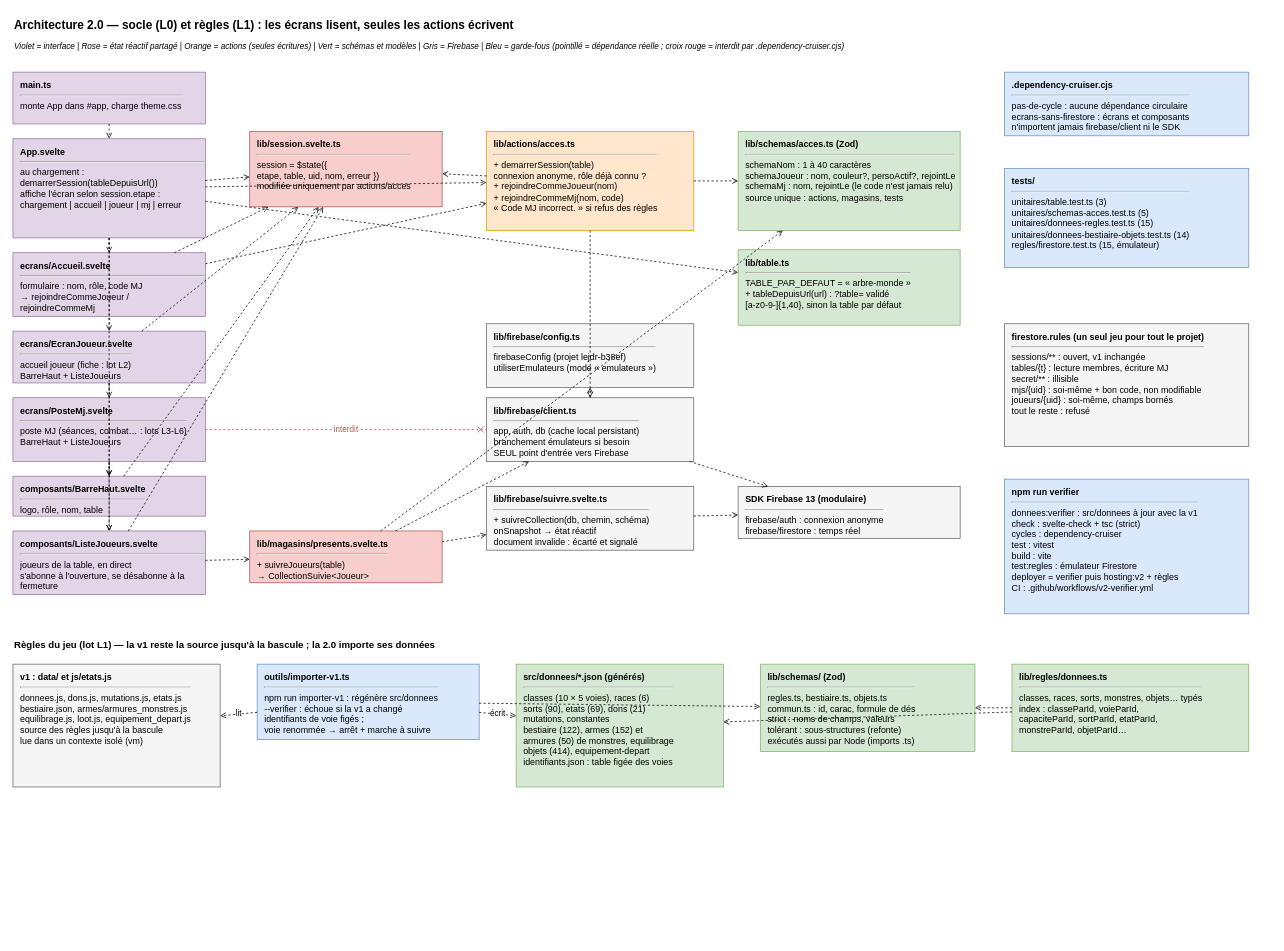
The draw.io diagram page "Architecture 2.0 - modules du socle" (1 of 2) of docs/architecture-v2.drawio in bazfar/cof-compagno, before the edit. Source tidied: cells renumbered, new cells numbered last; positions are measured from the earlier drawing's top-left corner, leaving out a move shared by most shapes. Both pictures are drawn from the tidied source at 74%, with x=0, y=0 at pixel (13, 13).
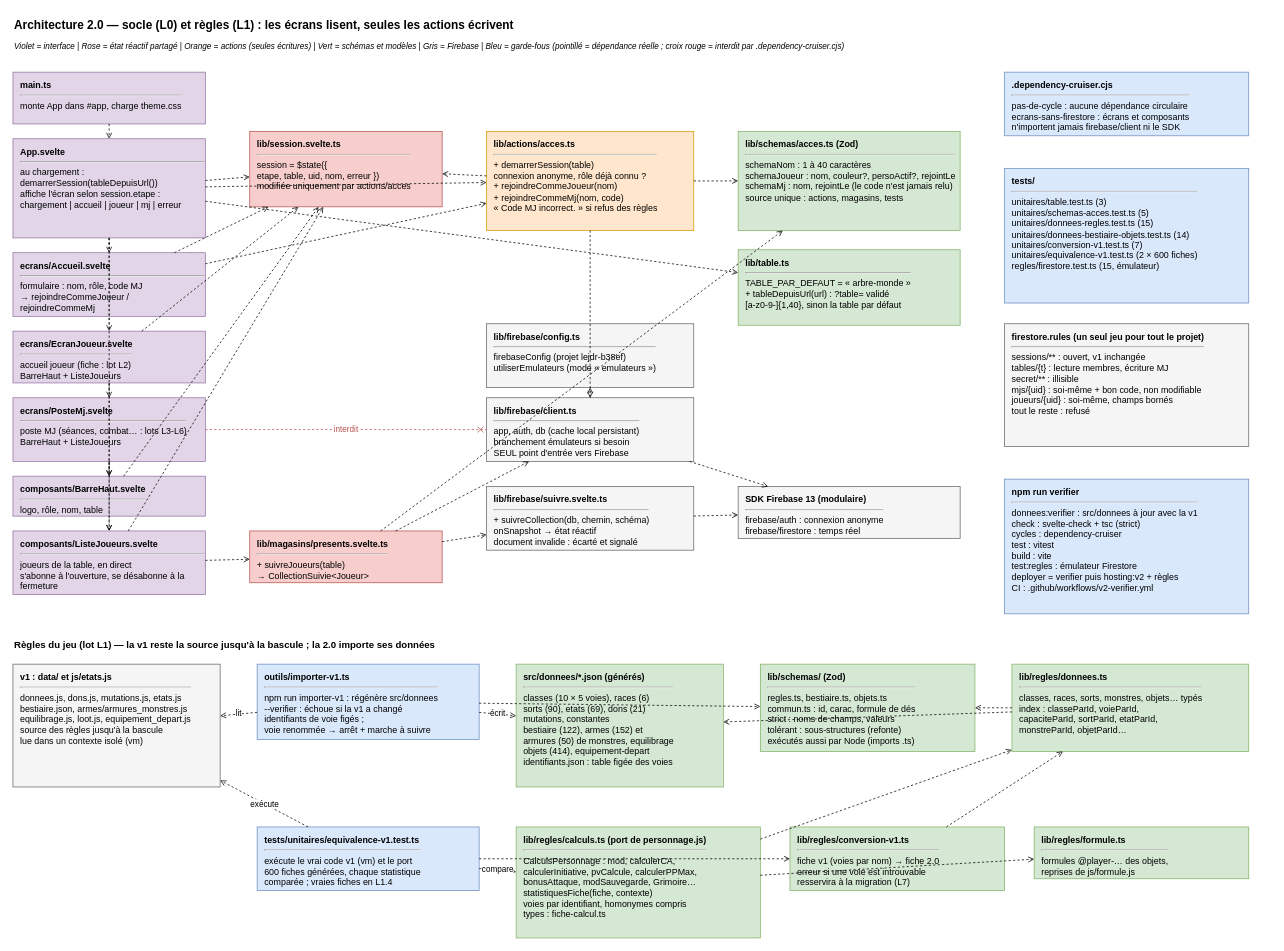
Above is the later version.

Commit message (it also covers changes not shown here):
v2(regles): les calculs d'un personnage, port fidele de js/personnage.js

The change refers to these unchanged cells:
```xml
<mxCell id="25" value="&lt;b&gt;v1 : data/ et js/etats.js&lt;/b&gt;&lt;hr&gt;donnees.js, dons.js, mutations.js, etats.js&lt;br&gt;bestiaire.json, armes/armures_monstres.js&lt;br&gt;equilibrage.js, loot.js, equipement_depart.js&lt;br&gt;source des règles jusqu'à la bascule&lt;br&gt;lue dans un contexte isolé (vm)" style="rounded=0;whiteSpace=wrap;html=1;align=left;verticalAlign=top;spacingLeft=8;spacingTop=4;fillColor=#f5f5f5;strokeColor=#666666;" parent="1" vertex="1">
  <mxGeometry y="880" width="280" height="166" as="geometry" />
</mxCell>
<mxCell id="29" value="&lt;b&gt;lib/regles/donnees.ts&lt;/b&gt;&lt;hr&gt;classes, races, sorts, monstres, objets… typés&lt;br&gt;index : classeParId, voieParId,&lt;br&gt;capaciteParId, sortParId, etatParId,&lt;br&gt;monstreParId, objetParId…" style="rounded=0;whiteSpace=wrap;html=1;align=left;verticalAlign=top;spacingLeft=8;spacingTop=4;fillColor=#d5e8d4;strokeColor=#82b366;" parent="1" vertex="1">
  <mxGeometry x="1350" y="880" width="320" height="118" as="geometry" />
</mxCell>
```

What changed in the source:
```diff
@@
-    <mxCell id="22" value="&lt;b&gt;tests/&lt;/b&gt;&lt;hr&gt;unitaires/table.test.ts (3)&lt;br&gt;unitaires/schemas-acces.test.ts (5)&lt;br&gt;unitaires/donnees-regles.test.ts (15)&lt;br&gt;unitaires/donnees-bestiaire-objets.test.ts (14)&lt;br&gt;regles/firestore.test.ts (15, émulateur)" style="rounded=0;whiteSpace=wrap;html=1;align=left;verticalAlign=top;spacingLeft=8;spacingTop=4;fillColor=#dae8fc;strokeColor=#6c8ebf;" parent="1" vertex="1">
-      <mxGeometry x="1340" y="210" width="330" height="134" as="geometry" />
+    <mxCell id="22" value="&lt;b&gt;tests/&lt;/b&gt;&lt;hr&gt;unitaires/table.test.ts (3)&lt;br&gt;unitaires/schemas-acces.test.ts (5)&lt;br&gt;unitaires/donnees-regles.test.ts (15)&lt;br&gt;unitaires/donnees-bestiaire-objets.test.ts (14)&lt;br&gt;unitaires/conversion-v1.test.ts (7)&lt;br&gt;unitaires/equivalence-v1.test.ts (2 × 600 fiches)&lt;br&gt;regles/firestore.test.ts (15, émulateur)" style="rounded=0;whiteSpace=wrap;html=1;align=left;verticalAlign=top;spacingLeft=8;spacingTop=4;fillColor=#dae8fc;strokeColor=#6c8ebf;" parent="1" vertex="1">
+      <mxGeometry x="1340" y="210" width="330" height="182" as="geometry" />
     </mxCell>
@@
+    <mxCell id="62" value="&lt;b&gt;tests/unitaires/equivalence-v1.test.ts&lt;/b&gt;&lt;hr&gt;exécute le vrai code v1 (vm) et le port&lt;br&gt;600 fiches générées, chaque statistique&lt;br&gt;comparée ; vraies fiches en L1.4" style="rounded=0;whiteSpace=wrap;html=1;align=left;verticalAlign=top;spacingLeft=8;spacingTop=4;fillColor=#dae8fc;strokeColor=#6c8ebf;" parent="1" vertex="1">
+      <mxGeometry x="330" y="1100" width="300" height="86" as="geometry" />
+    </mxCell>
+    <mxCell id="63" value="&lt;b&gt;lib/regles/calculs.ts  (port de personnage.js)&lt;/b&gt;&lt;hr&gt;CalculsPersonnage : mod, calculerCA,&lt;br&gt;calculerInitiative, pvCalcule, calculerPPMax,&lt;br&gt;bonusAttaque, modSauvegarde, Grimoire…&lt;br&gt;statistiquesFiche(fiche, contexte)&lt;br&gt;voies par identifiant, homonymes compris&lt;br&gt;types : fiche-calcul.ts" style="rounded=0;whiteSpace=wrap;html=1;align=left;verticalAlign=top;spacingLeft=8;spacingTop=4;fillColor=#d5e8d4;strokeColor=#82b366;" parent="1" vertex="1">
+      <mxGeometry x="680" y="1100" width="330" height="150" as="geometry" />
+    </mxCell>
+    <mxCell id="64" value="&lt;b&gt;lib/regles/conversion-v1.ts&lt;/b&gt;&lt;hr&gt;fiche v1 (voies par nom) → fiche 2.0&lt;br&gt;erreur si une voie est introuvable&lt;br&gt;resservira à la migration (L7)" style="rounded=0;whiteSpace=wrap;html=1;align=left;verticalAlign=top;spacingLeft=8;spacingTop=4;fillColor=#d5e8d4;strokeColor=#82b366;" parent="1" vertex="1">
+      <mxGeometry x="1050" y="1100" width="290" height="86" as="geometry" />
+    </mxCell>
+    <mxCell id="65" value="&lt;b&gt;lib/regles/formule.ts&lt;/b&gt;&lt;hr&gt;formules @player-… des objets,&lt;br&gt;reprises de js/formule.js" style="rounded=0;whiteSpace=wrap;html=1;align=left;verticalAlign=top;spacingLeft=8;spacingTop=4;fillColor=#d5e8d4;strokeColor=#82b366;" parent="1" vertex="1">
+      <mxGeometry x="1380" y="1100" width="290" height="70" as="geometry" />
+    </mxCell>
+    <mxCell id="66" style="endArrow=open;dashed=1;html=1;" parent="1" edge="1" source="63" target="29">
+      <mxGeometry relative="1" as="geometry" />
+    </mxCell>
+    <mxCell id="67" style="endArrow=open;dashed=1;html=1;" parent="1" edge="1" source="63" target="65">
+      <mxGeometry relative="1" as="geometry" />
+    </mxCell>
+    <mxCell id="68" style="endArrow=open;dashed=1;html=1;" parent="1" edge="1" source="64" target="29">
+      <mxGeometry relative="1" as="geometry" />
+    </mxCell>
+    <mxCell id="69" value="compare" style="endArrow=open;dashed=1;html=1;" parent="1" edge="1" source="62" target="63">
+      <mxGeometry relative="1" as="geometry" />
+    </mxCell>
+    <mxCell id="70" value="exécute" style="endArrow=open;dashed=1;html=1;" parent="1" edge="1" source="62" target="25">
+      <mxGeometry relative="1" as="geometry" />
+    </mxCell>
+    <mxCell id="71" style="endArrow=open;dashed=1;html=1;" parent="1" edge="1" source="62" target="64">
+      <mxGeometry relative="1" as="geometry" />
+    </mxCell>
```
